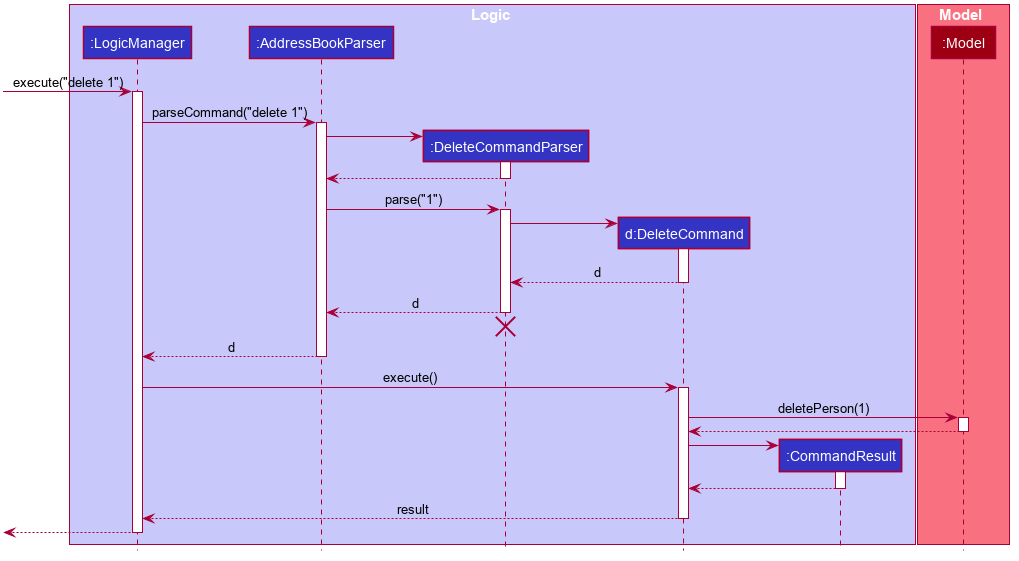
This is docs/images/DeleteSequenceDiagram.png from nus-cs2103-AY2223S1/tp, a PlantUML export, as it was before one commit.
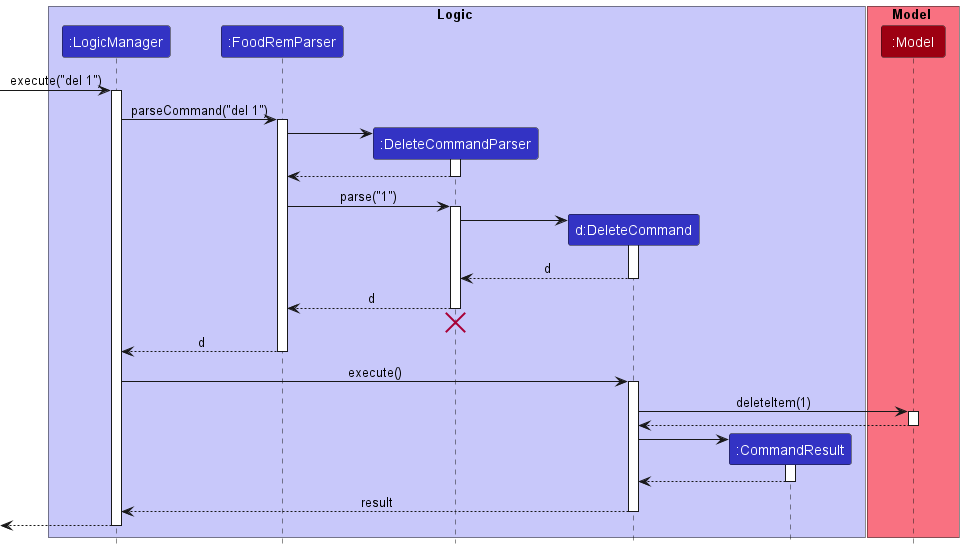
Later version of the same file.

Commit message:
Update Ui and Logic Class Diagrams

What changed in the source:
```diff
@@ -1,79 +1,32 @@
 @startuml
+!include style.puml
 
-
-
-
-
-
-
-
-skinparam BackgroundColor #FFFFFFF
-
-skinparam Shadowing false
-
-skinparam Class {
-    FontColor #FFFFFF
-    BorderThickness 1
-    BorderColor #FFFFFF
-    StereotypeFontColor #FFFFFF
-    FontName Arial
-}
-
-skinparam Actor {
-    BorderColor #000000
-    Color #000000
-    FontName Arial
-}
-
-skinparam Sequence {
-    MessageAlign center
-    BoxFontSize 15
-    BoxPadding 0
-    BoxFontColor #FFFFFF
-    FontName Arial
-}
-
-skinparam Participant {
-    FontColor #FFFFFFF
-    Padding 20
-}
-
-skinparam MinClassWidth 50
-skinparam ParticipantPadding 10
-skinparam Shadowing false
-skinparam DefaultTextAlignment center
-skinparam packageStyle Rectangle
-
-hide footbox
-hide members
-hide circle
-
-box Logic #C8C8FA
-participant ":LogicManager" as LogicManager #3333C4
-participant ":AddressBookParser" as AddressBookParser #3333C4
-participant ":DeleteCommandParser" as DeleteCommandParser #3333C4
-participant "d:DeleteCommand" as DeleteCommand #3333C4
-participant ":CommandResult" as CommandResult #3333C4
+box Logic LOGIC_COLOR_T1
+participant ":LogicManager" as LogicManager LOGIC_COLOR
+participant ":FoodRemParser" as FoodRemParser LOGIC_COLOR
+participant ":DeleteCommandParser" as DeleteCommandParser LOGIC_COLOR
+participant "d:DeleteCommand" as DeleteCommand LOGIC_COLOR
+participant ":CommandResult" as CommandResult LOGIC_COLOR
 end box
 
-box Model #F97181
-participant ":Model" as Model #9D0012
+box Model MODEL_COLOR_T1
+participant ":Model" as Model MODEL_COLOR
 end box
 
-[-> LogicManager : execute("delete 1")
+[-> LogicManager : execute("del 1")
 activate LogicManager
 
-LogicManager -> AddressBookParser : parseCommand("delete 1")
-activate AddressBookParser
+LogicManager -> FoodRemParser : parseCommand("del 1")
+activate FoodRemParser
 
 create DeleteCommandParser
-AddressBookParser -> DeleteCommandParser
+FoodRemParser -> DeleteCommandParser
 activate DeleteCommandParser
 
-DeleteCommandParser --> AddressBookParser
+DeleteCommandParser --> FoodRemParser
 deactivate DeleteCommandParser
 
-AddressBookParser -> DeleteCommandParser : parse("1")
+FoodRemParser -> DeleteCommandParser : parse("1")
 activate DeleteCommandParser
 
 create DeleteCommand
@@ -83,18 +36,18 @@
 DeleteCommand --> DeleteCommandParser : d
 deactivate DeleteCommand
 
-DeleteCommandParser --> AddressBookParser : d
+DeleteCommandParser --> FoodRemParser : d
 deactivate DeleteCommandParser
-DeleteCommandParser -[hidden]-> AddressBookParser
+DeleteCommandParser -[hidden]-> FoodRemParser
 destroy DeleteCommandParser
 
-AddressBookParser --> LogicManager : d
-deactivate AddressBookParser
+FoodRemParser --> LogicManager : d
+deactivate FoodRemParser
 
 LogicManager -> DeleteCommand : execute()
 activate DeleteCommand
 
-DeleteCommand -> Model : deletePerson(1)
+DeleteCommand -> Model : deleteItem(1)
 activate Model
 
 Model --> DeleteCommand
```
